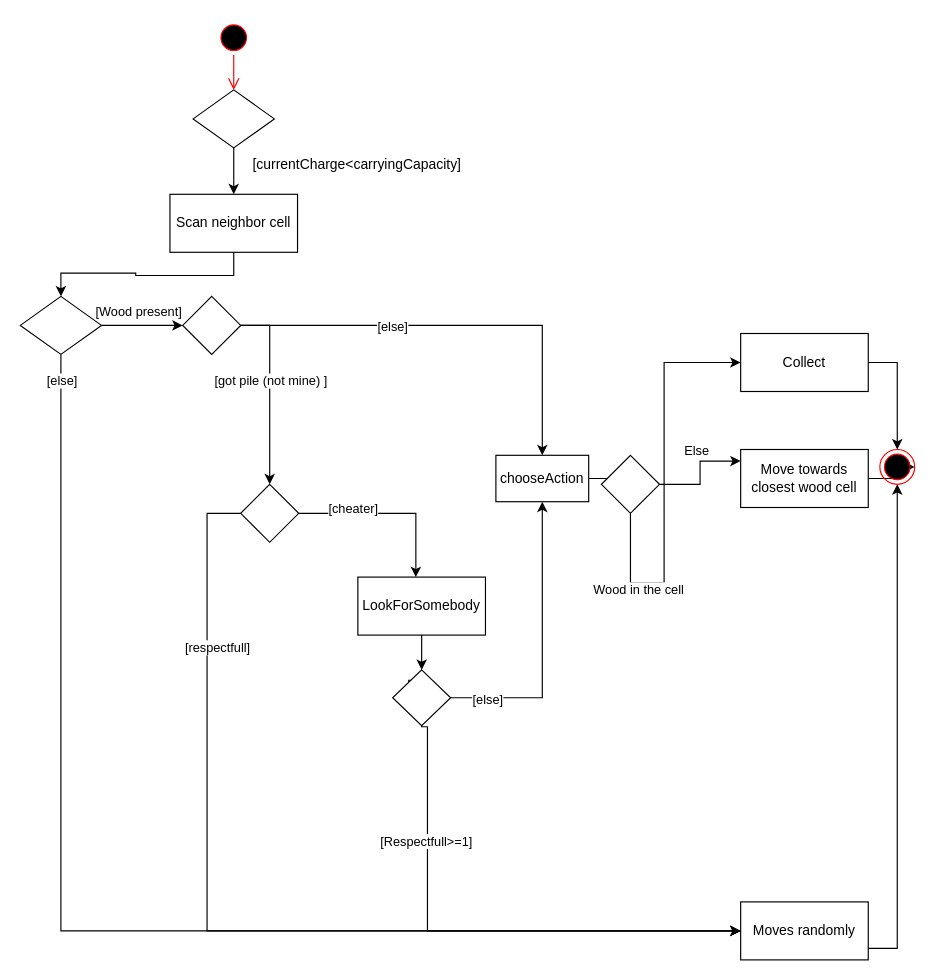
Earlier version of the draw.io diagram page "Page-5" (5 of 7) of DundiV0.drawio (panchovdl/DundiModel). Source tidied: cells renumbered, new cells numbered last; positions are measured from the earlier drawing's top-left corner, leaving out a move shared by most shapes. Both pictures are drawn from the tidied source at 116%, with x=0, y=0 at pixel (20, 20).
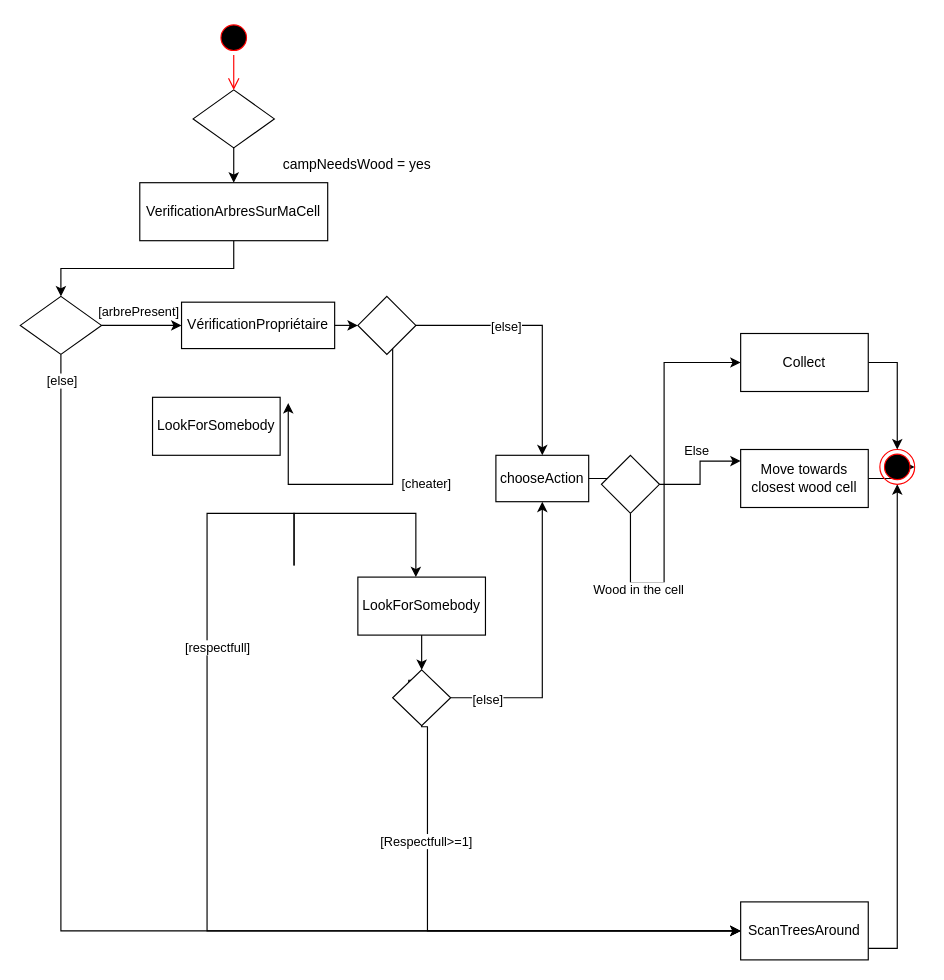
The same diagram, later.

Unchanged cells that the change refers to:
```xml
<mxCell id="6" style="rhombus;whiteSpace=wrap;html=1;" parent="1" vertex="1">
  <mxGeometry y="238" width="70" height="50" as="geometry" />
</mxCell>
<mxCell id="19" value="LookForSomebody" style="html=1;whiteSpace=wrap;" parent="1" vertex="1">
  <mxGeometry x="291" y="480" width="110" height="50" as="geometry" />
</mxCell>
<mxCell id="23" style="edgeStyle=orthogonalEdgeStyle;rounded=0;jettySize=auto;html=1;exitX=1;exitY=0.5;exitDx=0;exitDy=0;" parent="1" edge="1" source="26" target="16">
  <mxGeometry relative="1" as="geometry" />
</mxCell>
```

Diff of the diagram source:
```diff
@@
-    <mxCell id="4" style="edgeStyle=orthogonalEdgeStyle;rounded=0;jettySize=auto;html=1;" parent="1" edge="1" source="6" target="26">
+    <mxCell id="4" style="edgeStyle=orthogonalEdgeStyle;rounded=0;jettySize=auto;html=1;" parent="1" edge="1" source="6" target="46">
       <mxGeometry relative="1" as="geometry" />
     </mxCell>
-    <mxCell id="5" value="[Wood present]" style="edgeLabel;html=1;align=center;verticalAlign=middle;" parent="4" vertex="1">
+    <mxCell id="5" value="[arbrePresent]" style="edgeLabel;html=1;align=center;verticalAlign=middle;" parent="4" vertex="1">
       <mxGeometry x="-0.52" y="-4" relative="1" as="geometry">
         <mxPoint x="14" y="-17" as="offset" />
       </mxGeometry>
     </mxCell>
@@
-    <mxCell id="8" value="Scan neighbor cell" style="html=1;whiteSpace=wrap;" parent="1" vertex="1">
-      <mxGeometry x="129" y="150" width="110" height="50" as="geometry" />
+    <mxCell id="8" value="VerificationArbresSurMaCell" style="html=1;whiteSpace=wrap;" parent="1" vertex="1">
+      <mxGeometry x="103" y="140" width="162" height="50" as="geometry" />
     </mxCell>
@@
-    <mxCell id="12" value="Moves randomly" style="html=1;whiteSpace=wrap;" parent="1" vertex="1">
+    <mxCell id="12" value="ScanTreesAround" style="html=1;whiteSpace=wrap;" parent="1" vertex="1">
       <mxGeometry x="621" y="760" width="110" height="50" as="geometry" />
     </mxCell>
@@
-    <mxCell id="22" style="edgeStyle=orthogonalEdgeStyle;rounded=0;jettySize=auto;html=1;entryX=0.5;entryY=0;entryDx=0;entryDy=0;" parent="1" edge="1" source="26" target="34">
+    <mxCell id="22" style="edgeStyle=orthogonalEdgeStyle;rounded=0;jettySize=auto;html=1;" parent="1" edge="1" source="26">
       <mxGeometry relative="1" as="geometry">
+        <mxPoint x="231" y="330" as="targetPoint" />
         <Array as="points">
-          <mxPoint x="215" y="263" />
+          <mxPoint x="321" y="400" />
         </Array>
       </mxGeometry>
     </mxCell>
@@
-    <mxCell id="24" value="[got pile (not mine) ]" style="edgeLabel;html=1;align=center;verticalAlign=middle;" parent="23" vertex="1">
-      <mxGeometry x="-0.5" y="-3" relative="1" as="geometry">
-        <mxPoint x="-68" y="44" as="offset" />
-      </mxGeometry>
-    </mxCell>
@@
     <mxCell id="26" style="rhombus;whiteSpace=wrap;html=1;" parent="1" vertex="1">
-      <mxGeometry x="140" y="238" width="50" height="50" as="geometry" />
+      <mxGeometry x="291" y="238" width="50" height="50" as="geometry" />
     </mxCell>
@@
-    <mxCell id="31" style="edgeStyle=orthogonalEdgeStyle;rounded=0;jettySize=auto;html=1;" parent="1" edge="1" source="34" target="19">
+    <mxCell id="31" style="edgeStyle=orthogonalEdgeStyle;rounded=0;jettySize=auto;html=1;" parent="1" edge="1" target="19">
       <mxGeometry relative="1" as="geometry">
+        <mxPoint x="236" y="470" as="sourcePoint" />
         <Array as="points">
           <mxPoint x="341" y="425" />
         </Array>
       </mxGeometry>
     </mxCell>
-    <mxCell id="32" style="edgeStyle=orthogonalEdgeStyle;rounded=0;jettySize=auto;html=1;" parent="1" edge="1" source="34" target="12">
+    <mxCell id="32" style="edgeStyle=orthogonalEdgeStyle;rounded=0;jettySize=auto;html=1;" parent="1" edge="1" target="12">
       <mxGeometry relative="1" as="geometry">
+        <mxPoint x="236" y="470" as="sourcePoint" />
         <Array as="points">
           <mxPoint x="161" y="425" />
           <mxPoint x="161" y="785" />
         </Array>
       </mxGeometry>
     </mxCell>
@@
-    <mxCell id="34" style="rhombus;whiteSpace=wrap;html=1;" parent="1" vertex="1">
-      <mxGeometry x="190" y="400" width="50" height="50" as="geometry" />
-    </mxCell>
@@
-    <mxCell id="44" value="[currentCharge&amp;lt;carryingCapacity]" style="text;html=1;align=center;verticalAlign=middle;strokeColor=none;fillColor=none;" parent="1" vertex="1">
-      <mxGeometry x="190" y="110" width="200" height="30" as="geometry" />
+    <mxCell id="44" value="campNeedsWood = yes" style="text;html=1;align=center;verticalAlign=middle;strokeColor=none;fillColor=none;" parent="1" vertex="1">
+      <mxGeometry x="215" y="110" width="150" height="30" as="geometry" />
     </mxCell>
@@
+    <mxCell id="46" value="VérificationPropriétaire" style="html=1;whiteSpace=wrap;" parent="1" vertex="1">
+      <mxGeometry x="139" y="243" width="132" height="40" as="geometry" />
+    </mxCell>
+    <mxCell id="47" style="edgeStyle=orthogonalEdgeStyle;rounded=0;jettySize=auto;html=1;" parent="1" edge="1" source="46" target="26">
+      <mxGeometry relative="1" as="geometry">
+        <Array as="points">
+          <mxPoint x="251" y="260" />
+          <mxPoint x="251" y="260" />
+        </Array>
+      </mxGeometry>
+    </mxCell>
+    <mxCell id="48" value="LookForSomebody" style="html=1;whiteSpace=wrap;" parent="1" vertex="1">
+      <mxGeometry x="114" y="325" width="110" height="50" as="geometry" />
+    </mxCell>
```
